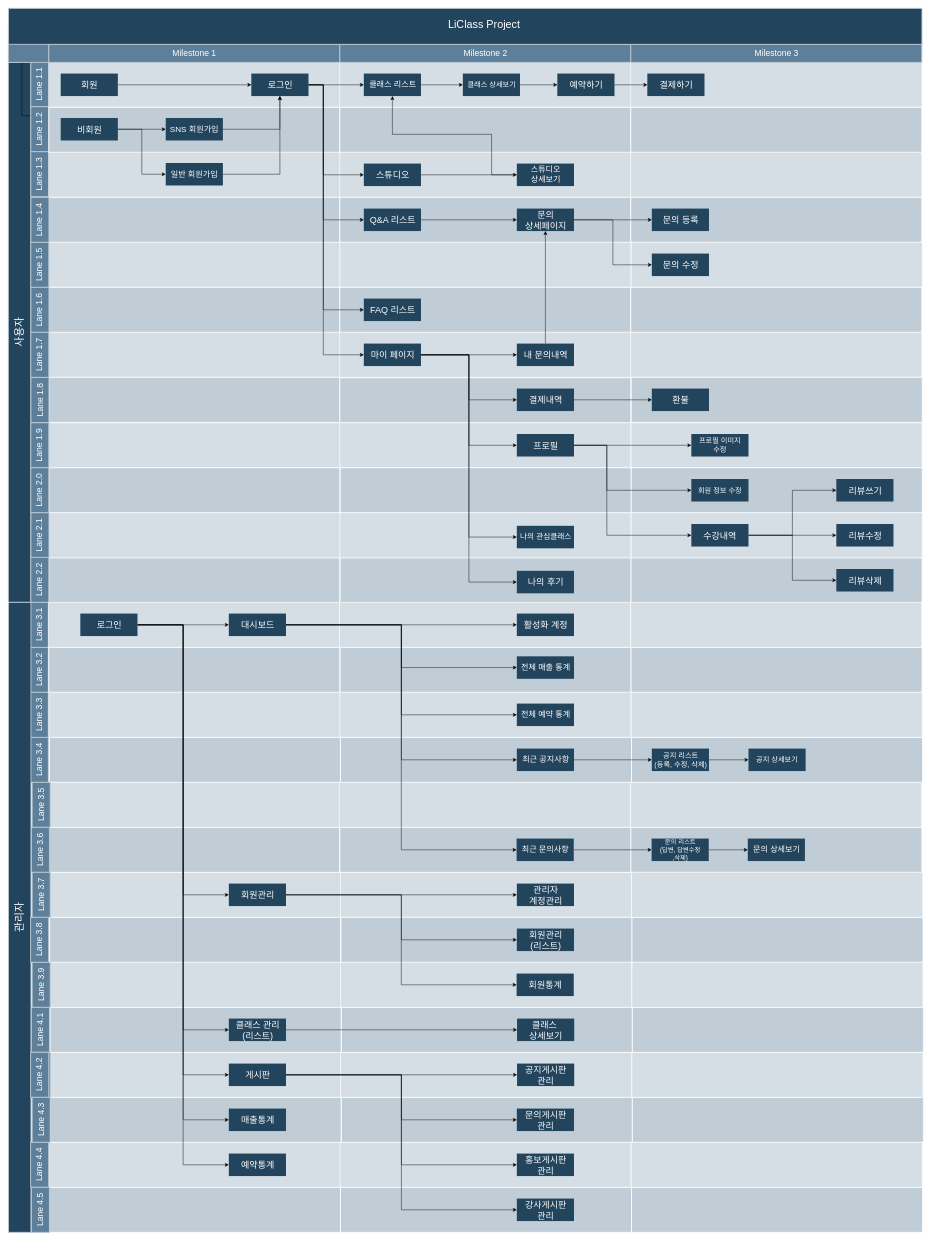
Above: LiClassProject/라이클래스 팀프로젝트 산출물/7. 시퀀스 다이어그램(완료)/3조_LiClass_시퀀스다이어그램(최종).drawio in jmlim1107/jmlim1107.kh (draw.io), before the change. Source tidied: cells renumbered, new cells numbered last; positions are measured from the earlier drawing's top-left corner, leaving out a move shared by most shapes. Both pictures are drawn from the tidied source at 45%, with x=0, y=0 at pixel (8, 8).
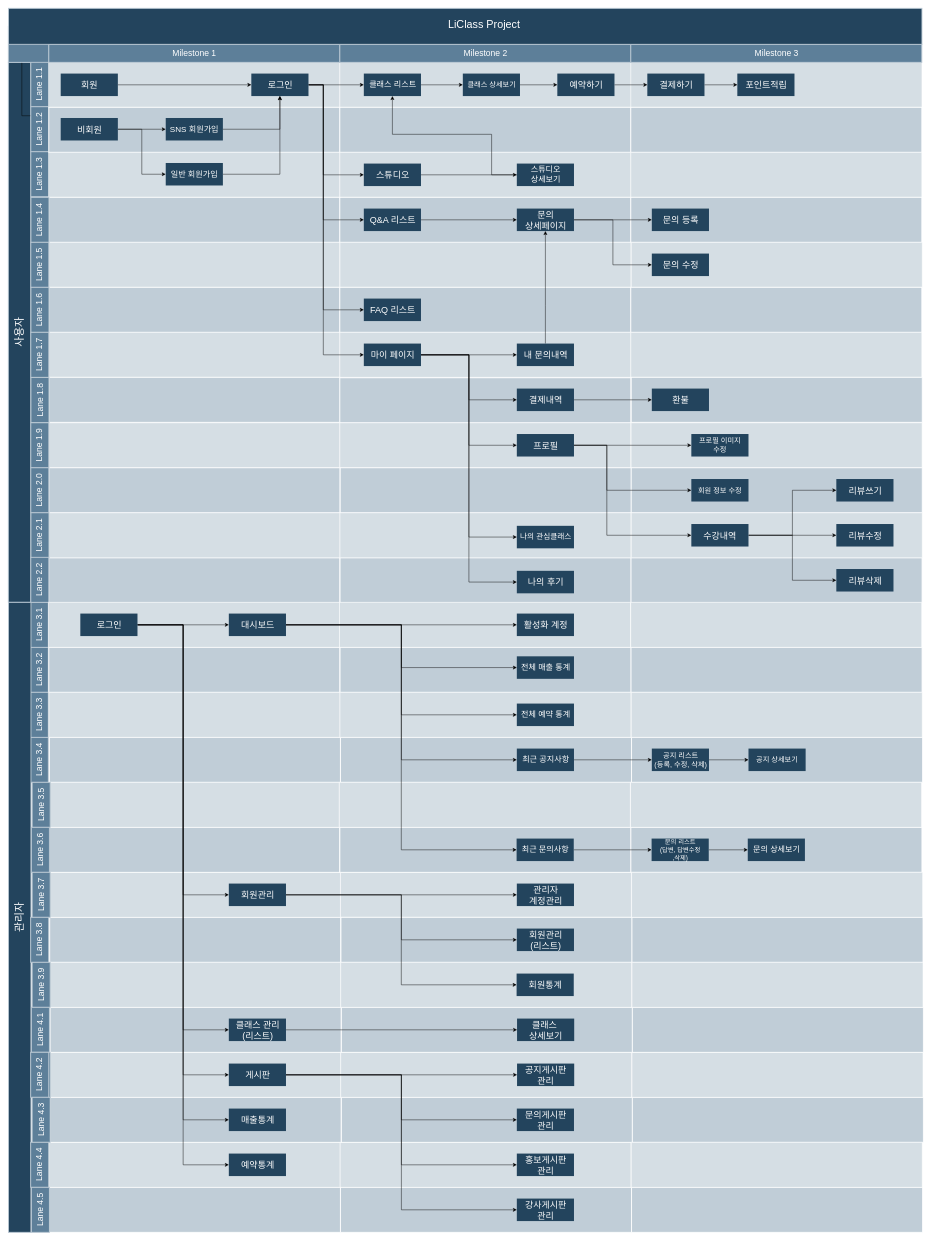
The same page after the edit.

Unchanged cells that the change refers to:
```xml
<mxCell id="92" value="&lt;font style=&quot;&quot;&gt;&lt;font style=&quot;font-size: 20px;&quot;&gt;결제하기&lt;/font&gt;&lt;br&gt;&lt;/font&gt;" style="rounded=0;fillColor=#23445D;strokeColor=none;strokeWidth=2;fontFamily=Helvetica;html=1;gradientColor=none;fontColor=#FFFFFF;" parent="1" vertex="1">
  <mxGeometry x="1420" y="145" width="127" height="50" as="geometry" />
</mxCell>
```

Change to the diagram source:
```diff
@@
+    <mxCell id="224" style="edgeStyle=orthogonalEdgeStyle;rounded=0;jettySize=auto;html=1;entryX=0;entryY=0.5;entryDx=0;entryDy=0;" parent="1" edge="1" source="92" target="225">
+      <mxGeometry relative="1" as="geometry" />
+    </mxCell>
@@
+    <mxCell id="225" value="&lt;font style=&quot;&quot;&gt;&lt;span style=&quot;font-size: 20px;&quot;&gt;포인트적립&lt;/span&gt;&lt;br&gt;&lt;/font&gt;" style="rounded=0;fillColor=#23445D;strokeColor=none;strokeWidth=2;fontFamily=Helvetica;html=1;gradientColor=none;fontColor=#FFFFFF;" parent="1" vertex="1">
+      <mxGeometry x="1620" y="145" width="127" height="50" as="geometry" />
+    </mxCell>
```
